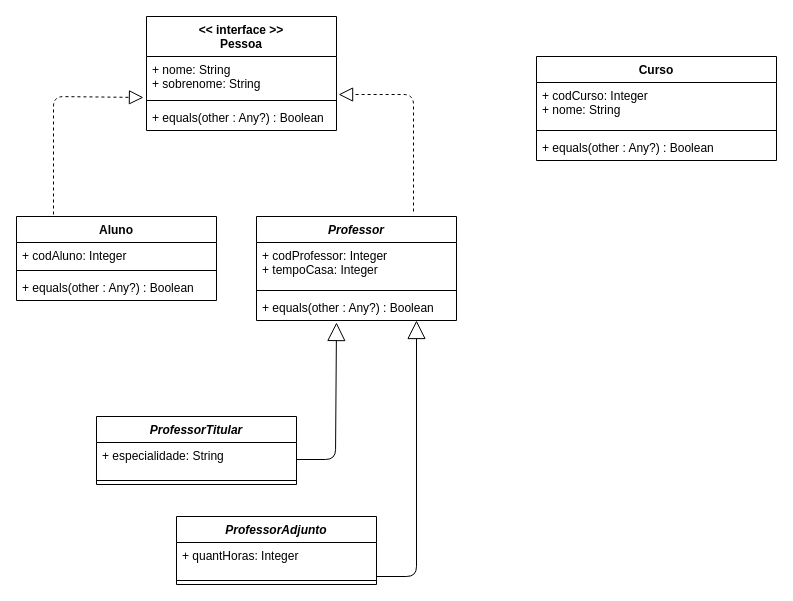
Before: Desafio1DigitalHouse.drawio in eneri-jr/Desafio1DigitalHouse, a draw.io diagram. Source tidied: cells renumbered, new cells numbered last; positions are measured from the earlier drawing's top-left corner, leaving out a move shared by most shapes. Both pictures are drawn from the tidied source at 100%, with x=0, y=0 at pixel (16, 16).
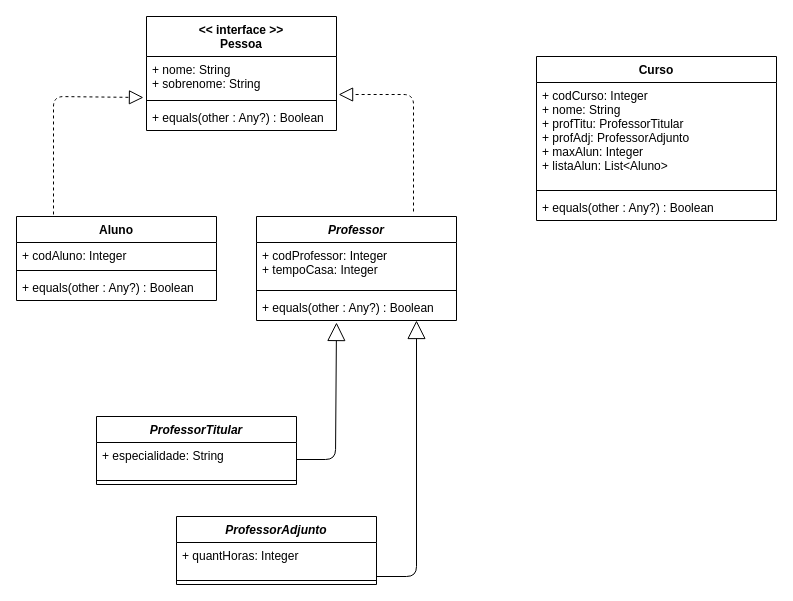
After the change.

The edit, as a diff of the source:
```diff
@@
     <mxCell id="18" value="Curso" style="swimlane;fontStyle=1;align=center;verticalAlign=top;horizontal=1;startSize=26;" parent="1" vertex="1">
-      <mxGeometry x="520" y="40" width="240" height="104" as="geometry" />
+      <mxGeometry x="520" y="40" width="240" height="164" as="geometry" />
     </mxCell>
-    <mxCell id="19" value="+ codCurso: Integer&#10;+ nome: String&#10;" style="text;strokeColor=none;fillColor=none;align=left;verticalAlign=top;spacingLeft=4;spacingRight=4;overflow=hidden;" parent="18" vertex="1">
-      <mxGeometry y="26" width="240" height="44" as="geometry" />
+    <mxCell id="19" value="+ codCurso: Integer&#10;+ nome: String&#10;+ profTitu: ProfessorTitular&#10;+ profAdj: ProfessorAdjunto&#10;+ maxAlun: Integer&#10;+ listaAlun: List&lt;Aluno&gt;" style="text;strokeColor=none;fillColor=none;align=left;verticalAlign=top;spacingLeft=4;spacingRight=4;overflow=hidden;" parent="18" vertex="1">
+      <mxGeometry y="26" width="240" height="104" as="geometry" />
     </mxCell>
     <mxCell id="20" style="line;strokeWidth=1;fillColor=none;align=left;verticalAlign=middle;spacingTop=-1;spacingLeft=3;spacingRight=3;labelPosition=right;" parent="18" vertex="1">
-      <mxGeometry y="70" width="240" height="8" as="geometry" />
+      <mxGeometry y="130" width="240" height="8" as="geometry" />
     </mxCell>
     <mxCell id="21" value="+ equals(other : Any?) : Boolean" style="text;strokeColor=none;fillColor=none;align=left;verticalAlign=top;spacingLeft=4;spacingRight=4;overflow=hidden;" parent="18" vertex="1">
-      <mxGeometry y="78" width="240" height="26" as="geometry" />
+      <mxGeometry y="138" width="240" height="26" as="geometry" />
     </mxCell>
```
